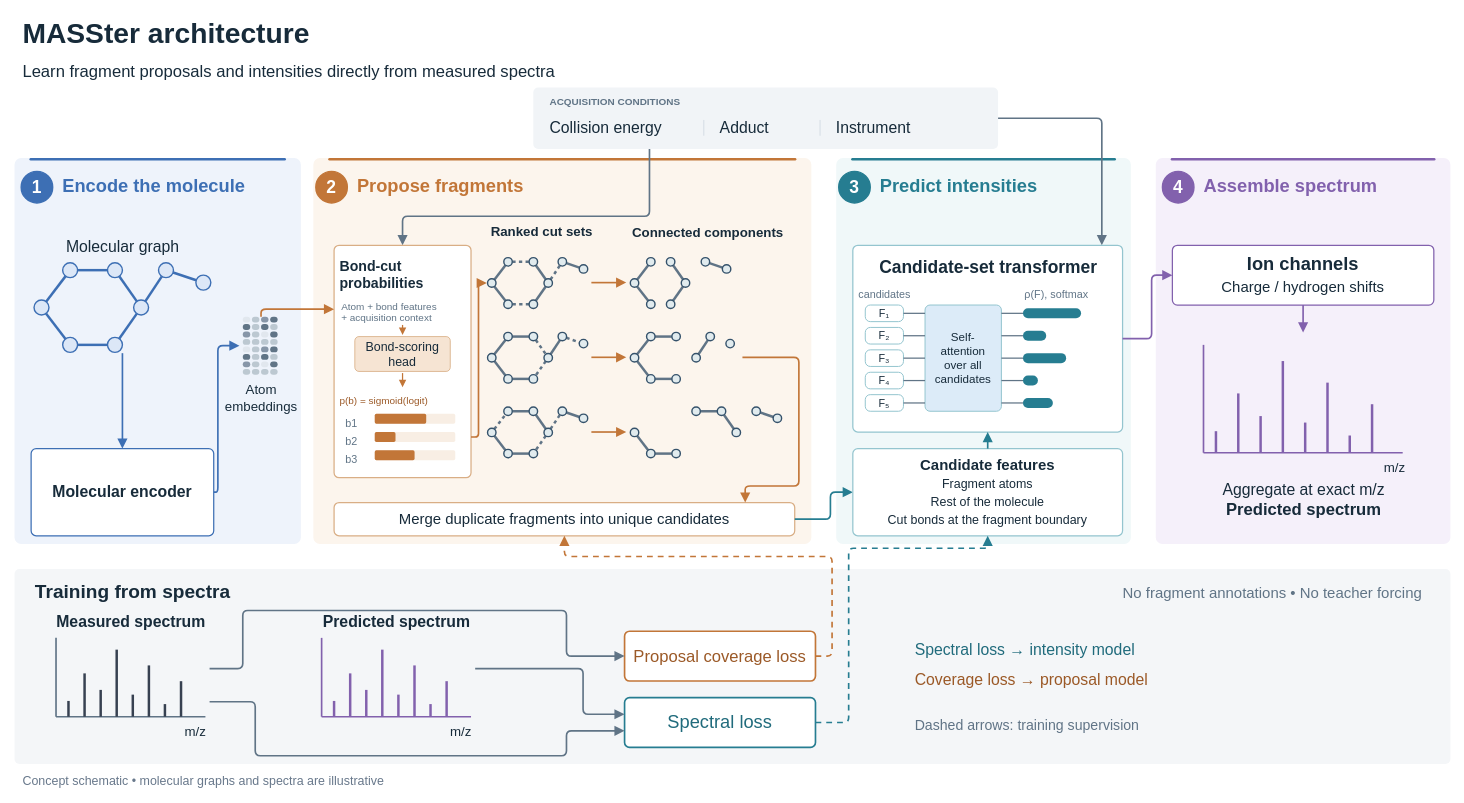
LZhang98/fragnnet keeps this draw.io diagram as page "MASSter architecture" (1 of 3) of docs/figures/masster_figures.drawio. Above is the earlier version. Source tidied: cells renumbered, new cells numbered last; positions are measured from the earlier drawing's top-left corner, leaving out a move shared by most shapes. Both pictures are drawn from the tidied source at 83%, with x=0, y=0 at pixel (14, 14).
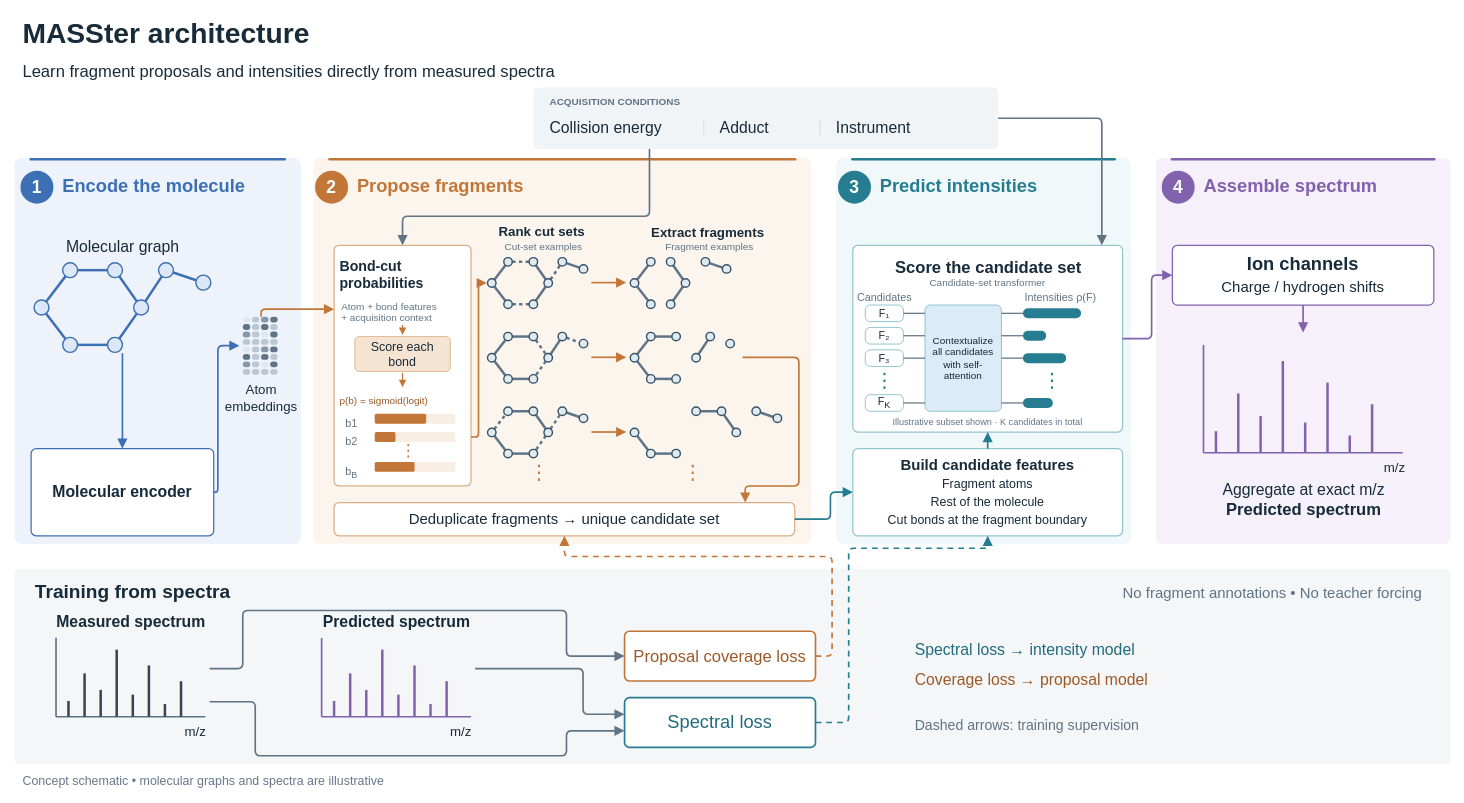
The same diagram, later.

Unchanged cells that the change refers to:
```xml
<mxCell id="264" style="group;" parent="1" vertex="1">
  <mxGeometry x="1025" y="350" width="260" height="128" as="geometry" />
</mxCell>
```

The edit, as a diff of the source:
```diff
@@
     <mxCell id="50" style="rounded=1;absoluteArcSize=1;arcSize=12;whiteSpace=wrap;html=1;fillColor=#FFFFFF;strokeColor=#D9AE85;strokeWidth=1.5;fontFamily=Arial;fontSize=19;fontStyle=1;fontColor=#172B3A;" parent="1" vertex="1">
-      <mxGeometry x="385" y="278" width="165" height="280" as="geometry" />
+      <mxGeometry x="385" y="278" width="165" height="290" as="geometry" />
     </mxCell>
@@
-    <mxCell id="53" value="Bond-scoring&lt;br&gt;head" style="html=1;whiteSpace=wrap;fontFamily=Arial;align=center;verticalAlign=middle;rounded=1;absoluteArcSize=1;arcSize=10;fillColor=#F6E4D3;strokeColor=#D9AE85;fontSize=15;fontColor=#172B3A;" parent="50" vertex="1">
+    <mxCell id="53" value="Score each&lt;br&gt;bond" style="html=1;whiteSpace=wrap;fontFamily=Arial;align=center;verticalAlign=middle;rounded=1;absoluteArcSize=1;arcSize=10;fillColor=#F6E4D3;strokeColor=#D9AE85;fontSize=15;fontColor=#172B3A;" parent="50" vertex="1">
       <mxGeometry x="25" y="110" width="115" height="42" as="geometry" />
     </mxCell>
@@
-    <mxCell id="61" value="b3" style="html=1;whiteSpace=wrap;fontFamily=Arial;align=center;verticalAlign=middle;text;fontSize=13;fontColor=#607486;" parent="50" vertex="1">
-      <mxGeometry x="12" y="244" width="30" height="18" as="geometry" />
+    <mxCell id="61" value="b&lt;sub&gt;B&lt;/sub&gt;" style="html=1;whiteSpace=wrap;fontFamily=Arial;align=center;verticalAlign=middle;text;fontSize=13;fontColor=#607486;" parent="50" vertex="1">
+      <mxGeometry x="12" y="258" width="30" height="18" as="geometry" />
     </mxCell>
     <mxCell id="62" style="html=1;whiteSpace=wrap;fontFamily=Arial;align=center;verticalAlign=middle;rounded=1;absoluteArcSize=1;arcSize=4;fillColor=#F8EEE4;strokeColor=none;" parent="50" vertex="1">
-      <mxGeometry x="49" y="247" width="97" height="12" as="geometry" />
+      <mxGeometry x="49" y="261" width="97" height="12" as="geometry" />
     </mxCell>
     <mxCell id="63" style="html=1;whiteSpace=wrap;fontFamily=Arial;align=center;verticalAlign=middle;rounded=1;absoluteArcSize=1;arcSize=4;fillColor=#C27638;strokeColor=none;" parent="50" vertex="1">
-      <mxGeometry x="49" y="247" width="48" height="12" as="geometry" />
+      <mxGeometry x="49" y="261" width="48" height="12" as="geometry" />
     </mxCell>
@@
-    <mxCell id="66" style="edgeStyle=orthogonalEdgeStyle;rounded=1;arcSize=12;html=1;strokeColor=#C27638;strokeWidth=2;endArrow=block;endFill=1;endSize=7;startArrow=none;entryX=0;entryY=0.275;entryDx=0;entryDy=0;entryPerimeter=0;" parent="1" edge="1" target="50">
+    <mxCell id="66" style="edgeStyle=orthogonalEdgeStyle;rounded=1;arcSize=12;html=1;strokeColor=#C27638;strokeWidth=2;endArrow=block;endFill=1;endSize=7;startArrow=none;entryX=0;entryDx=0;entryDy=0;entryPerimeter=0;entryY=0.265517;" parent="1" edge="1" target="50">
       <mxGeometry relative="1" as="geometry">
         <mxPoint x="297" y="364" as="sourcePoint" />
         <Array as="points">
           <mxPoint x="297" y="355" />
         </Array>
       </mxGeometry>
     </mxCell>
-    <mxCell id="67" value="Ranked cut sets" style="text;html=1;align=center;verticalAlign=middle;whiteSpace=nowrap;spacing=0;fontFamily=Arial;fontSize=16;fontStyle=1;fontColor=#172B3A;" parent="1" vertex="1">
+    <mxCell id="67" value="Rank cut sets" style="text;html=1;align=center;verticalAlign=middle;whiteSpace=nowrap;spacing=0;fontFamily=Arial;fontSize=16;fontStyle=1;fontColor=#172B3A;" parent="1" vertex="1">
       <mxGeometry x="555" y="249" width="160" height="24.7" as="geometry" />
     </mxCell>
-    <mxCell id="68" style="edgeStyle=orthogonalEdgeStyle;rounded=1;arcSize=8;html=1;strokeColor=#C27638;strokeWidth=2;endArrow=block;endFill=1;endSize=7;startArrow=none;exitX=1;exitY=0.825;exitDx=0;exitDy=0;exitPerimeter=0;" parent="1" edge="1" source="50">
+    <mxCell id="68" style="edgeStyle=orthogonalEdgeStyle;rounded=1;arcSize=8;html=1;strokeColor=#C27638;strokeWidth=2;endArrow=block;endFill=1;endSize=7;startArrow=none;exitX=1;exitDx=0;exitDy=0;exitPerimeter=0;exitY=0.796552;" parent="1" edge="1" source="50">
       <mxGeometry relative="1" as="geometry">
         <mxPoint x="569" y="323.5" as="targetPoint" />
         <Array as="points">
           <mxPoint x="559" y="509" />
           <mxPoint x="559" y="323.5" />
         </Array>
       </mxGeometry>
     </mxCell>
-    <mxCell id="69" value="Connected components" style="text;html=1;align=center;verticalAlign=middle;whiteSpace=nowrap;spacing=0;fontFamily=Arial;fontSize=16;fontStyle=1;fontColor=#172B3A;" parent="1" vertex="1">
+    <mxCell id="69" value="Extract fragments" style="text;html=1;align=center;verticalAlign=middle;whiteSpace=nowrap;spacing=0;fontFamily=Arial;fontSize=16;fontStyle=1;fontColor=#172B3A;" parent="1" vertex="1">
       <mxGeometry x="725" y="250" width="220" height="23.4" as="geometry" />
     </mxCell>
@@
-    <mxCell id="73" value="Merge duplicate fragments into unique candidates" style="rounded=1;absoluteArcSize=1;arcSize=12;whiteSpace=wrap;html=1;fillColor=#FFFFFF;strokeColor=#D9AE85;strokeWidth=1.5;fontFamily=Arial;fontSize=18;fontStyle=0;fontColor=#172B3A;" parent="1" vertex="1">
+    <mxCell id="73" value="Deduplicate fragments → unique candidate set" style="rounded=1;absoluteArcSize=1;arcSize=12;whiteSpace=wrap;html=1;fillColor=#FFFFFF;strokeColor=#D9AE85;strokeWidth=1.5;fontFamily=Arial;fontSize=18;fontStyle=0;fontColor=#172B3A;" parent="1" vertex="1">
       <mxGeometry x="385" y="588" width="555" height="40" as="geometry" />
     </mxCell>
@@
-    <mxCell id="76" value="Candidate-set transformer" style="text;html=1;align=center;verticalAlign=middle;whiteSpace=nowrap;spacing=0;fontFamily=Arial;fontSize=21;fontStyle=1;fontColor=#172B3A;" parent="1" vertex="1">
+    <mxCell id="76" value="Score the candidate set" style="text;html=1;align=center;verticalAlign=middle;whiteSpace=nowrap;spacing=0;fontFamily=Arial;fontStyle=1;fontColor=#172B3A;fontSize=20;" parent="1" vertex="1">
       <mxGeometry x="1010" y="289" width="325" height="29.9" as="geometry" />
     </mxCell>
@@
-    <mxCell id="78" value="&lt;b&gt;Candidate features&lt;/b&gt;&lt;br&gt;&lt;span style=&quot;font-size:15px;font-weight:normal;line-height:1.35&quot;&gt;Fragment atoms&lt;br&gt;Rest of the molecule&lt;br&gt;Cut bonds at the fragment boundary&lt;/span&gt;" style="rounded=1;absoluteArcSize=1;arcSize=12;whiteSpace=wrap;html=1;fillColor=#FFFFFF;strokeColor=#94C5CF;strokeWidth=1.5;fontFamily=Arial;fontSize=18;fontStyle=0;fontColor=#172B3A;spacing=8;" parent="1" vertex="1">
+    <mxCell id="78" value="&lt;b&gt;Build candidate features&lt;/b&gt;&lt;br&gt;&lt;span style=&quot;font-size:15px;font-weight:normal;line-height:1.35&quot;&gt;Fragment atoms&lt;br&gt;Rest of the molecule&lt;br&gt;Cut bonds at the fragment boundary&lt;/span&gt;" style="rounded=1;absoluteArcSize=1;arcSize=12;whiteSpace=wrap;html=1;fillColor=#FFFFFF;strokeColor=#94C5CF;strokeWidth=1.5;fontFamily=Arial;fontSize=18;fontStyle=0;fontColor=#172B3A;spacing=8;" parent="1" vertex="1">
       <mxGeometry x="1010" y="523" width="325" height="105" as="geometry" />
     </mxCell>
@@
-    <mxCell id="262" value="candidates" style="text;html=1;align=center;verticalAlign=middle;whiteSpace=nowrap;spacing=0;fontFamily=Arial;fontSize=13;fontStyle=0;fontColor=#607486;" parent="1" vertex="1">
-      <mxGeometry x="1009.2" y="329" width="77.5" height="16.9" as="geometry" />
+    <mxCell id="262" value="Candidates" style="text;html=1;align=center;verticalAlign=middle;whiteSpace=nowrap;spacing=0;fontFamily=Arial;fontSize=13;fontStyle=0;fontColor=#607486;" parent="1" vertex="1">
+      <mxGeometry x="1009.2" y="333" width="77.5" height="16.9" as="geometry" />
     </mxCell>
-    <mxCell id="263" value="ρ(F), softmax" style="text;html=1;align=center;verticalAlign=middle;whiteSpace=nowrap;spacing=0;fontFamily=Arial;fontSize=13;fontStyle=0;fontColor=#607486;" parent="1" vertex="1">
-      <mxGeometry x="1205.5" y="329" width="99" height="16.9" as="geometry" />
+    <mxCell id="263" value="Intensities ρ(F)" style="text;html=1;align=center;verticalAlign=middle;whiteSpace=nowrap;spacing=0;fontFamily=Arial;fontSize=13;fontStyle=0;fontColor=#607486;" parent="1" vertex="1">
+      <mxGeometry x="1202" y="333" width="115" height="16.9" as="geometry" />
     </mxCell>
@@
-    <mxCell id="265" value="Self-&lt;br&gt;attention&lt;br&gt;over all&lt;br&gt;candidates" style="rounded=1;absoluteArcSize=1;arcSize=12;whiteSpace=wrap;html=1;fillColor=#dcebf8;strokeColor=#94C5CF;strokeWidth=1.2;fontFamily=Arial;fontSize=14;fontStyle=0;fontColor=#172B3A;" parent="264" vertex="1">
+    <mxCell id="265" value="Contextualize&lt;br&gt;all candidates&lt;br&gt;with self-&lt;br&gt;attention" style="rounded=1;absoluteArcSize=1;arcSize=12;whiteSpace=wrap;html=1;fillColor=#dcebf8;strokeColor=#94C5CF;strokeWidth=1.2;fontFamily=Arial;fontStyle=0;fontColor=#172B3A;fontSize=12;" parent="264" vertex="1">
       <mxGeometry x="72" width="92" height="128" as="geometry" />
     </mxCell>
@@
-    <mxCell id="278" value="F₄" style="rounded=1;absoluteArcSize=1;arcSize=12;whiteSpace=wrap;html=1;fillColor=#ffffff;strokeColor=#94C5CF;strokeWidth=1.2;fontFamily=Arial;fontSize=13;fontStyle=0;fontColor=#172B3A;" parent="264" vertex="1">
+    <mxCell id="278" value="⋮" style="text;html=1;align=center;verticalAlign=middle;spacing=0;fontFamily=Arial;fontSize=24;fontColor=#267D91;" parent="264" vertex="1">
       <mxGeometry y="81" width="46" height="20" as="geometry" />
     </mxCell>
-    <mxCell id="279" style="edgeStyle=none;html=1;strokeColor=#607486;strokeWidth=1.5;endArrow=none;startArrow=none;" parent="264" edge="1">
-      <mxGeometry relative="1" as="geometry">
-        <mxPoint x="46" y="91" as="sourcePoint" />
-        <mxPoint x="72" y="91" as="targetPoint" />
-      </mxGeometry>
-    </mxCell>
-    <mxCell id="280" style="edgeStyle=none;html=1;strokeColor=#607486;strokeWidth=1.5;endArrow=none;startArrow=none;" parent="264" edge="1">
-      <mxGeometry relative="1" as="geometry">
-        <mxPoint x="164" y="91" as="sourcePoint" />
-        <mxPoint x="190" y="91" as="targetPoint" />
-      </mxGeometry>
-    </mxCell>
-    <mxCell id="281" style="rounded=1;absoluteArcSize=1;arcSize=12;whiteSpace=wrap;html=1;fillColor=#267D91;strokeColor=none;strokeWidth=0;fontFamily=Arial;fontSize=16;fontStyle=0;fontColor=#172B3A;" parent="264" vertex="1">
-      <mxGeometry x="190" y="85" width="18" height="12" as="geometry" />
+    <mxCell id="281" value="⋮" style="text;html=1;align=center;verticalAlign=middle;spacing=0;fontFamily=Arial;fontSize=24;fontColor=#267D91;" parent="264" vertex="1">
+      <mxGeometry x="190" y="81" width="70" height="20" as="geometry" />
     </mxCell>
-    <mxCell id="282" value="F₅" style="rounded=1;absoluteArcSize=1;arcSize=12;whiteSpace=wrap;html=1;fillColor=#ffffff;strokeColor=#94C5CF;strokeWidth=1.2;fontFamily=Arial;fontSize=13;fontStyle=0;fontColor=#172B3A;" parent="264" vertex="1">
+    <mxCell id="282" value="F&lt;sub&gt;K&lt;/sub&gt;" style="rounded=1;absoluteArcSize=1;arcSize=12;whiteSpace=wrap;html=1;fillColor=#ffffff;strokeColor=#94C5CF;strokeWidth=1.2;fontFamily=Arial;fontSize=13;fontStyle=0;fontColor=#172B3A;" parent="264" vertex="1">
       <mxGeometry y="108" width="46" height="20" as="geometry" />
     </mxCell>
@@
+    <mxCell id="286" value="⋮" style="text;html=1;align=center;verticalAlign=middle;spacing=0;whiteSpace=wrap;fontFamily=Arial;fontSize=20;fontColor=#C27638;" parent="50" vertex="1">
+      <mxGeometry x="55" y="236" width="70" height="20" as="geometry" />
+    </mxCell>
+    <mxCell id="287" value="Cut-set examples" style="text;html=1;align=center;verticalAlign=middle;spacing=0;whiteSpace=wrap;fontFamily=Arial;fontSize=12;fontColor=#607486;" parent="1" vertex="1">
+      <mxGeometry x="565" y="272" width="145" height="16" as="geometry" />
+    </mxCell>
+    <mxCell id="288" value="Fragment examples" style="text;html=1;align=center;verticalAlign=middle;spacing=0;whiteSpace=wrap;fontFamily=Arial;fontSize=12;fontColor=#607486;" parent="1" vertex="1">
+      <mxGeometry x="735" y="272" width="205" height="16" as="geometry" />
+    </mxCell>
+    <mxCell id="289" value="⋮" style="text;html=1;align=center;verticalAlign=middle;spacing=0;whiteSpace=wrap;fontFamily=Arial;fontSize=24;fontColor=#C27638;" parent="1" vertex="1">
+      <mxGeometry x="600" y="539" width="65" height="25" as="geometry" />
+    </mxCell>
+    <mxCell id="290" value="⋮" style="text;html=1;align=center;verticalAlign=middle;spacing=0;whiteSpace=wrap;fontFamily=Arial;fontSize=24;fontColor=#C27638;" parent="1" vertex="1">
+      <mxGeometry x="785" y="539" width="65" height="25" as="geometry" />
+    </mxCell>
+    <mxCell id="291" value="Candidate-set transformer" style="text;html=1;align=center;verticalAlign=middle;spacing=0;whiteSpace=wrap;fontFamily=Arial;fontSize=12;fontColor=#607486;" parent="1" vertex="1">
+      <mxGeometry x="1015" y="315" width="315" height="16" as="geometry" />
+    </mxCell>
+    <mxCell id="292" value="Illustrative subset shown · K candidates in total" style="text;html=1;align=center;verticalAlign=middle;spacing=0;whiteSpace=wrap;fontFamily=Arial;fontSize=11;fontColor=#607486;" parent="1" vertex="1">
+      <mxGeometry x="1015" y="482" width="315" height="17" as="geometry" />
+    </mxCell>
```
